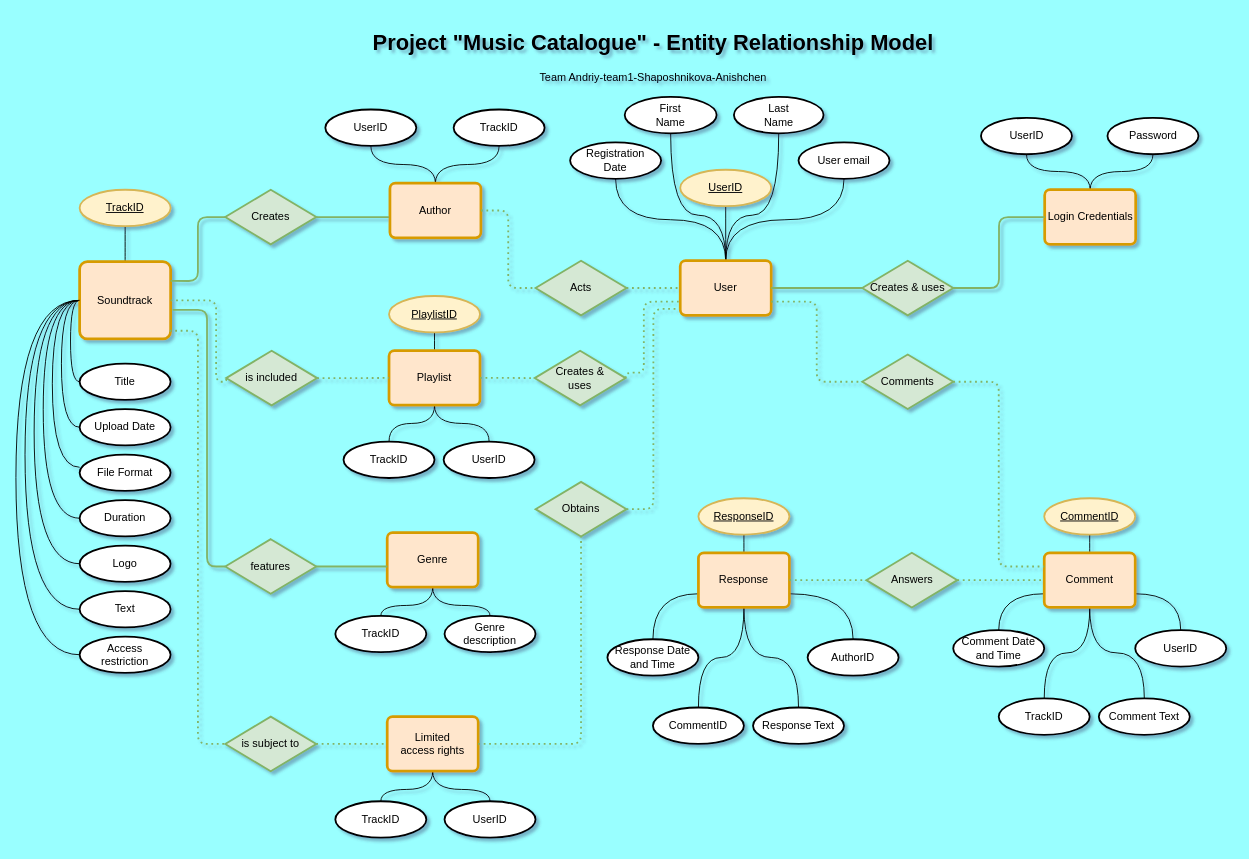
The draw.io diagram page "2nd Draft (b)" (3 of 4) of 01 ERM.drawio in avu-ua/DBFund-Team1-Yulia-Slava, before the edit. Source tidied: cells renumbered, new cells numbered last; positions are measured from the earlier drawing's top-left corner, leaving out a move shared by most shapes. Both pictures are drawn from the tidied source at 91%, with x=0, y=0 at pixel (15, 25).
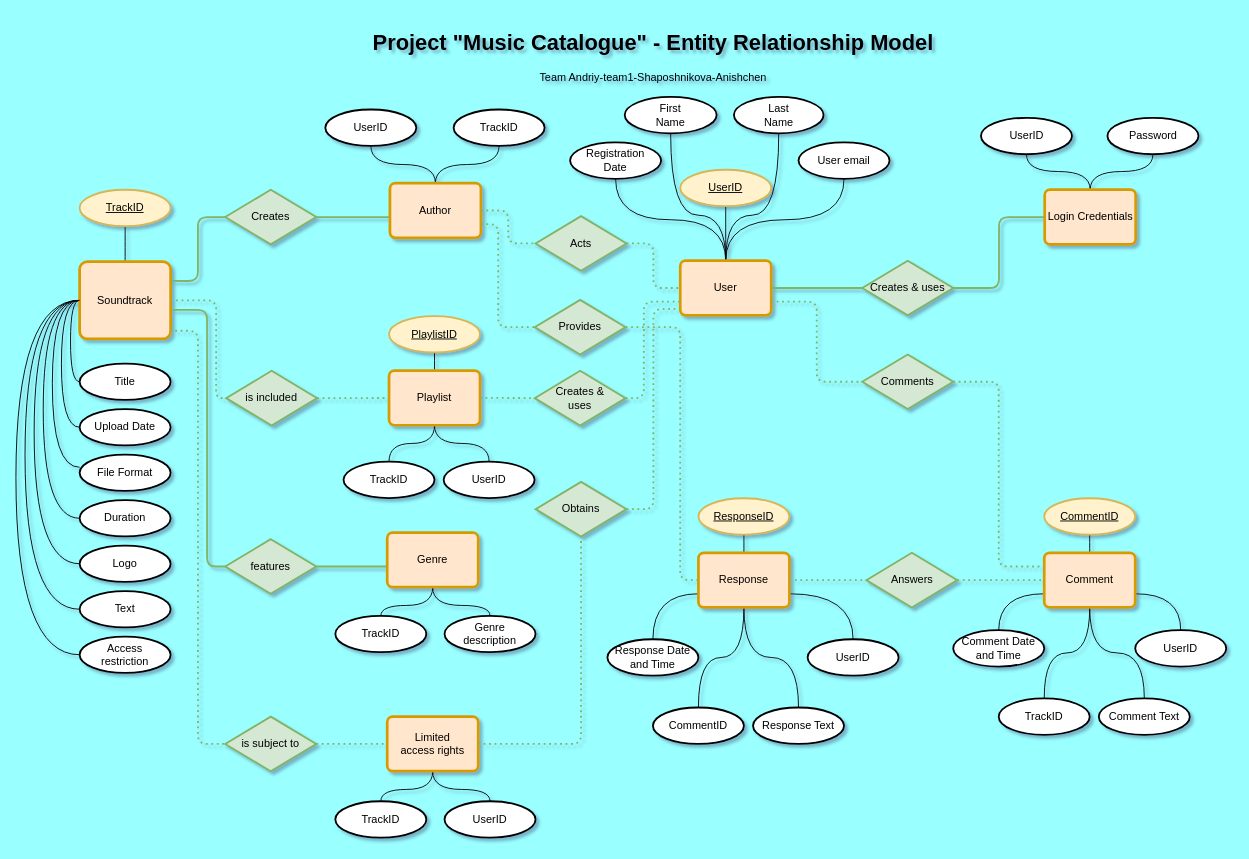
The same page after the edit.

Unchanged cells that the change refers to:
```xml
<mxCell id="9" value="Soundtrack" style="rounded=1;arcSize=10;whiteSpace=wrap;html=1;align=center;fillColor=#ffe6cc;strokeColor=#d79b00;strokeWidth=3;" parent="1" vertex="1">
  <mxGeometry x="70" y="260" width="100" height="85" as="geometry" />
</mxCell>
<mxCell id="19" value="Author" style="rounded=1;arcSize=10;whiteSpace=wrap;html=1;align=center;fillColor=#ffe6cc;strokeColor=#d79b00;strokeWidth=3;" parent="1" vertex="1">
  <mxGeometry x="411" y="173.8" width="100" height="60" as="geometry" />
</mxCell>
<mxCell id="27" value="User" style="rounded=1;arcSize=10;whiteSpace=wrap;html=1;align=center;fillColor=#ffe6cc;strokeColor=#d79b00;strokeWidth=3;" parent="1" vertex="1">
  <mxGeometry x="730" y="259" width="100" height="60" as="geometry" />
</mxCell>
<mxCell id="54" value="Response" style="rounded=1;arcSize=10;whiteSpace=wrap;html=1;align=center;fillColor=#ffe6cc;strokeColor=#d79b00;strokeWidth=3;" parent="1" vertex="1">
  <mxGeometry x="750" y="580" width="100" height="60" as="geometry" />
</mxCell>
```

The edit, as a diff of the source:
```diff
@@
-    <mxCell id="58" value="AuthorID" style="ellipse;whiteSpace=wrap;html=1;align=center;strokeWidth=2;" parent="1" vertex="1">
+    <mxCell id="58" value="UserID" style="ellipse;whiteSpace=wrap;html=1;align=center;strokeWidth=2;" parent="1" vertex="1">
       <mxGeometry x="870" y="675" width="100" height="40" as="geometry" />
     </mxCell>
@@
     <mxCell id="66" value="TrackID" style="ellipse;whiteSpace=wrap;html=1;align=center;strokeWidth=2;" parent="1" vertex="1">
-      <mxGeometry x="360" y="457.8" width="100" height="40" as="geometry" />
+      <mxGeometry x="360" y="479.8" width="100" height="40" as="geometry" />
     </mxCell>
     <mxCell id="67" value="UserID" style="ellipse;whiteSpace=wrap;html=1;align=center;strokeWidth=2;" parent="1" vertex="1">
-      <mxGeometry x="470" y="457.8" width="100" height="40" as="geometry" />
+      <mxGeometry x="470" y="479.8" width="100" height="40" as="geometry" />
     </mxCell>
@@
     <mxCell id="71" value="Playlist" style="rounded=1;arcSize=10;whiteSpace=wrap;html=1;align=center;fillColor=#ffe6cc;strokeColor=#d79b00;strokeWidth=3;" parent="1" vertex="1">
-      <mxGeometry x="410" y="357.8" width="100" height="60" as="geometry" />
+      <mxGeometry x="410" y="379.8" width="100" height="60" as="geometry" />
     </mxCell>
     <mxCell id="72" value="PlaylistID" style="ellipse;whiteSpace=wrap;html=1;align=center;fontStyle=4;fillColor=#fff2cc;strokeColor=#d6b656;strokeWidth=2;" parent="1" vertex="1">
-      <mxGeometry x="410" y="297.8" width="100" height="40" as="geometry" />
+      <mxGeometry x="410" y="319.8" width="100" height="40" as="geometry" />
     </mxCell>
@@
     <mxCell id="80" value="is included" style="shape=rhombus;perimeter=rhombusPerimeter;whiteSpace=wrap;html=1;align=center;strokeWidth=2;fillColor=#d5e8d4;strokeColor=#82b366;" parent="1" vertex="1">
-      <mxGeometry x="231" y="358" width="100" height="60" as="geometry" />
+      <mxGeometry x="231" y="380" width="100" height="60" as="geometry" />
     </mxCell>
@@
     <mxCell id="92" value="Acts" style="shape=rhombus;perimeter=rhombusPerimeter;whiteSpace=wrap;html=1;align=center;strokeWidth=2;fillColor=#d5e8d4;strokeColor=#82b366;" parent="1" vertex="1">
-      <mxGeometry x="571" y="259" width="100" height="60" as="geometry" />
+      <mxGeometry x="571" y="210" width="100" height="60" as="geometry" />
     </mxCell>
@@
     <mxCell id="127" value="Creates &amp;amp;&lt;br&gt;uses" style="shape=rhombus;perimeter=rhombusPerimeter;whiteSpace=wrap;html=1;align=center;strokeWidth=2;fillColor=#d5e8d4;strokeColor=#82b366;" parent="1" vertex="1">
-      <mxGeometry x="570" y="358" width="100" height="60" as="geometry" />
+      <mxGeometry x="570" y="380" width="100" height="60" as="geometry" />
     </mxCell>
     <mxCell id="128" style="endArrow=none;html=1;dashed=1;dashPattern=1 2;fillColor=#d5e8d4;strokeColor=#82b366;strokeWidth=2;edgeStyle=orthogonalEdgeStyle;exitX=1;exitY=0.5;exitDx=0;exitDy=0;entryX=0;entryY=0.75;entryDx=0;entryDy=0;" parent="1" edge="1" source="127" target="27">
       <mxGeometry relative="1" as="geometry">
         <Array as="points">
-          <mxPoint x="690" y="382" />
+          <mxPoint x="690" y="410" />
           <mxPoint x="690" y="304" />
         </Array>
       </mxGeometry>
     </mxCell>
@@
-    <mxCell id="137" style="endArrow=none;html=1;dashed=1;dashPattern=1 2;fillColor=#d5e8d4;strokeColor=#82b366;strokeWidth=2;edgeStyle=orthogonalEdgeStyle;exitX=1;exitY=0.5;exitDx=0;exitDy=0;entryX=0;entryY=0.5;entryDx=0;entryDy=0;" parent="1" edge="1" source="9" target="80">
-      <mxGeometry relative="1" as="geometry">
-        <Array as="points">
-          <mxPoint x="220" y="303" />
-          <mxPoint x="220" y="392" />
-        </Array>
-      </mxGeometry>
-    </mxCell>
-    <mxCell id="138" style="html=1;whiteSpace=wrap;align=left;verticalAlign=bottom;" parent="137" vertex="1">
-      <mxGeometry x="-1" relative="1" as="geometry" />
-    </mxCell>
-    <mxCell id="139" style="html=1;whiteSpace=wrap;align=right;verticalAlign=bottom;" parent="137" vertex="1">
-      <mxGeometry x="1" relative="1" as="geometry" />
-    </mxCell>
@@
+    <mxCell id="150" value="Provides" style="shape=rhombus;perimeter=rhombusPerimeter;whiteSpace=wrap;html=1;align=center;strokeWidth=2;fillColor=#d5e8d4;strokeColor=#82b366;" parent="1" vertex="1">
+      <mxGeometry x="570" y="302" width="100" height="60" as="geometry" />
+    </mxCell>
+    <mxCell id="151" style="endArrow=none;html=1;dashed=1;dashPattern=1 2;fillColor=#d5e8d4;strokeColor=#82b366;strokeWidth=2;edgeStyle=orthogonalEdgeStyle;exitX=1;exitY=0.75;exitDx=0;exitDy=0;entryX=0;entryY=0.5;entryDx=0;entryDy=0;" parent="1" edge="1" source="19" target="150">
+      <mxGeometry relative="1" as="geometry">
+        <Array as="points">
+          <mxPoint x="530" y="219" />
+          <mxPoint x="530" y="332" />
+        </Array>
+      </mxGeometry>
+    </mxCell>
+    <mxCell id="152" style="html=1;whiteSpace=wrap;align=left;verticalAlign=bottom;" parent="151" vertex="1">
+      <mxGeometry x="-1" relative="1" as="geometry" />
+    </mxCell>
+    <mxCell id="153" style="html=1;whiteSpace=wrap;align=right;verticalAlign=bottom;" parent="151" vertex="1">
+      <mxGeometry x="1" relative="1" as="geometry">
+        <mxPoint y="22" as="offset" />
+      </mxGeometry>
+    </mxCell>
+    <mxCell id="137" style="endArrow=none;html=1;dashed=1;dashPattern=1 2;fillColor=#d5e8d4;strokeColor=#82b366;strokeWidth=2;entryX=0;entryY=0.5;entryDx=0;entryDy=0;exitX=1;exitY=0.5;exitDx=0;exitDy=0;edgeStyle=orthogonalEdgeStyle;rounded=1;" parent="1" edge="1" source="9" target="80">
+      <mxGeometry relative="1" as="geometry">
+        <Array as="points">
+          <mxPoint x="220" y="303" />
+          <mxPoint x="220" y="410" />
+        </Array>
+      </mxGeometry>
+    </mxCell>
+    <mxCell id="154" style="html=1;whiteSpace=wrap;align=left;verticalAlign=bottom;" parent="137" vertex="1">
+      <mxGeometry x="-1" relative="1" as="geometry" />
+    </mxCell>
+    <mxCell id="155" style="html=1;whiteSpace=wrap;align=right;verticalAlign=bottom;" parent="137" vertex="1">
+      <mxGeometry x="1" relative="1" as="geometry" />
+    </mxCell>
+    <mxCell id="156" style="endArrow=none;html=1;dashed=1;dashPattern=1 2;fillColor=#d5e8d4;strokeColor=#82b366;strokeWidth=2;edgeStyle=orthogonalEdgeStyle;exitX=1;exitY=0.5;exitDx=0;exitDy=0;entryX=0;entryY=0.5;entryDx=0;entryDy=0;" parent="1" edge="1" source="150" target="54">
+      <mxGeometry relative="1" as="geometry">
+        <Array as="points">
+          <mxPoint x="730" y="332" />
+          <mxPoint x="730" y="610" />
+        </Array>
+      </mxGeometry>
+    </mxCell>
+    <mxCell id="157" style="html=1;whiteSpace=wrap;align=left;verticalAlign=bottom;" parent="156" vertex="1">
+      <mxGeometry x="-1" relative="1" as="geometry" />
+    </mxCell>
+    <mxCell id="158" style="html=1;whiteSpace=wrap;align=right;verticalAlign=bottom;" parent="156" vertex="1">
+      <mxGeometry x="1" relative="1" as="geometry">
+        <mxPoint y="22" as="offset" />
+      </mxGeometry>
+    </mxCell>
```
